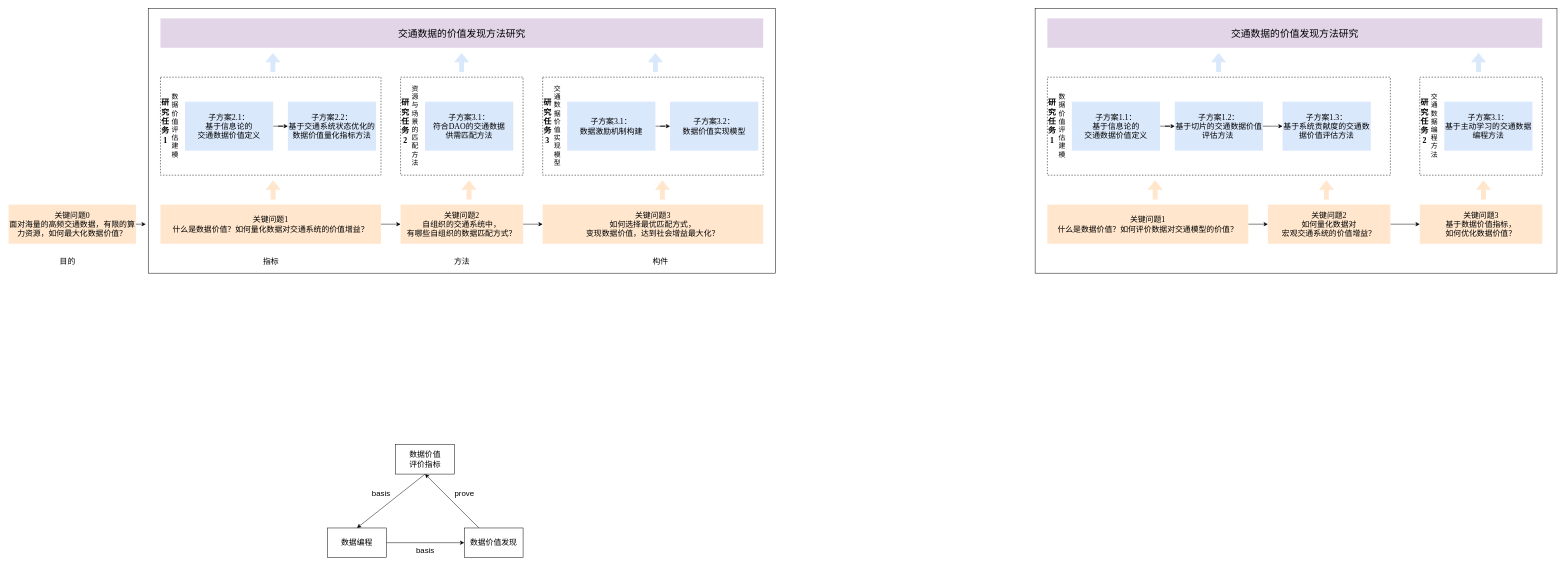
Before: images/青基_研究路线.drawio in eveyuyi/pics_git, a draw.io diagram. Source tidied: cells renumbered, new cells numbered last; positions are measured from the earlier drawing's top-left corner, leaving out a move shared by most shapes. Both pictures are drawn from the tidied source at 49%, with x=0, y=0 at pixel (8, 8).
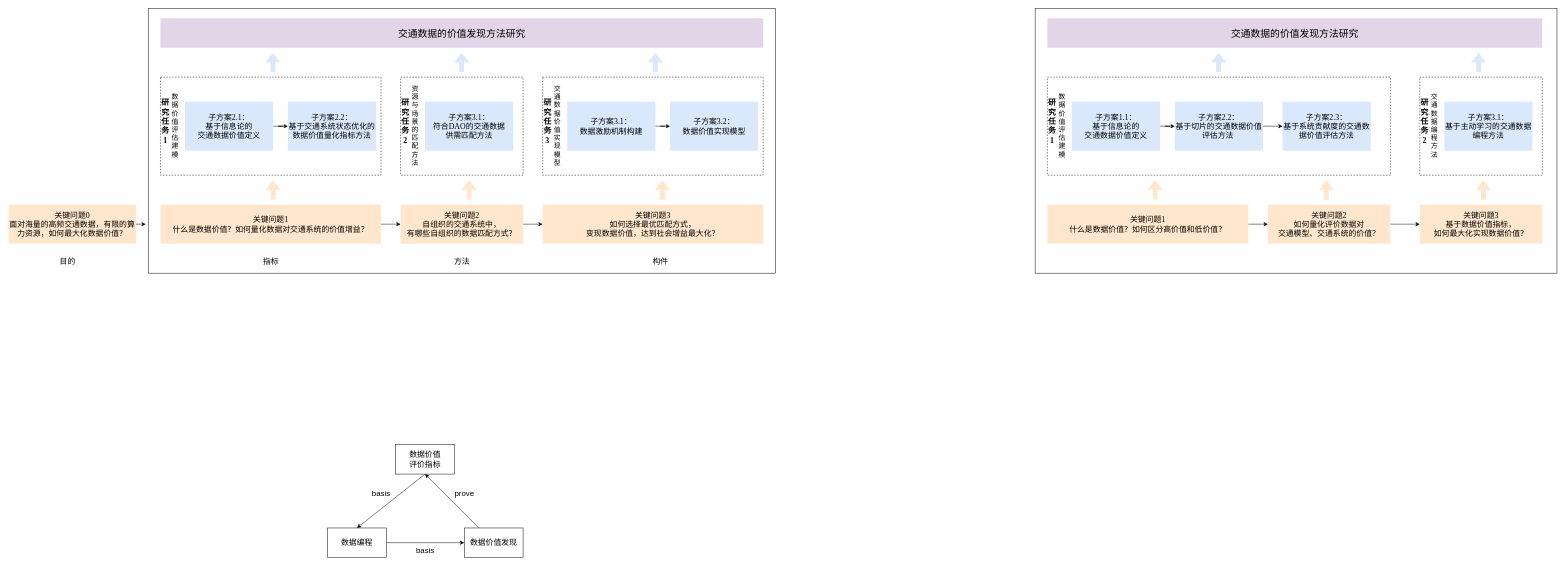
The same page after the edit.

Commit message:
Update 青基_研究路线.drawio

What changed in the source:
```diff
@@
-    <mxCell id="51" value="关键问题1&lt;br&gt;什么是数据价值？如何评价数据对交通模型的价值？" style="rounded=0;whiteSpace=wrap;html=1;fontSize=16;fillColor=#ffe6cc;strokeColor=none;fontFamily=Times New Roman;" parent="1" vertex="1">
+    <mxCell id="51" value="关键问题1&lt;br&gt;什么是数据价值？如何区分高价值和低价值？" style="rounded=0;whiteSpace=wrap;html=1;fontSize=16;fillColor=#ffe6cc;strokeColor=none;fontFamily=Times New Roman;" parent="1" vertex="1">
       <mxGeometry x="2120" y="400" width="410" height="80" as="geometry" />
     </mxCell>
@@
-    <mxCell id="54" value="&lt;span style=&quot;font-weight: normal;&quot;&gt;子方案1.2：&lt;br&gt;基于切片的交通数据价值评估方法&amp;nbsp;&lt;br&gt;&lt;/span&gt;" style="rounded=0;whiteSpace=wrap;html=1;fillColor=#dae8fc;strokeColor=none;fontSize=16;fontStyle=1;flipH=0;flipV=0;fontFamily=Times New Roman;" parent="1" vertex="1">
+    <mxCell id="54" value="&lt;span style=&quot;font-weight: normal;&quot;&gt;子方案2.2：&lt;br&gt;基于切片的交通数据价值评估方法&amp;nbsp;&lt;br&gt;&lt;/span&gt;" style="rounded=0;whiteSpace=wrap;html=1;fillColor=#dae8fc;strokeColor=none;fontSize=16;fontStyle=1;flipH=0;flipV=0;fontFamily=Times New Roman;" parent="1" vertex="1">
       <mxGeometry x="2380" y="190" width="180" height="100" as="geometry" />
     </mxCell>
@@
-    <mxCell id="61" value="&lt;span style=&quot;font-weight: normal;&quot;&gt;子方案1.3：&lt;br&gt;基于系统贡献度的交通数据价值评估方法&lt;br&gt;&lt;/span&gt;" style="rounded=0;whiteSpace=wrap;html=1;fillColor=#dae8fc;strokeColor=none;fontSize=16;fontStyle=1;flipH=0;flipV=0;fontFamily=Times New Roman;" parent="1" vertex="1">
+    <mxCell id="61" value="&lt;span style=&quot;font-weight: normal;&quot;&gt;子方案2.3：&lt;br&gt;基于系统贡献度的交通数据价值评估方法&lt;br&gt;&lt;/span&gt;" style="rounded=0;whiteSpace=wrap;html=1;fillColor=#dae8fc;strokeColor=none;fontSize=16;fontStyle=1;flipH=0;flipV=0;fontFamily=Times New Roman;" parent="1" vertex="1">
       <mxGeometry x="2600" y="190" width="180" height="100" as="geometry" />
     </mxCell>
@@
-    <mxCell id="63" value="关键问题2&lt;br&gt;如何量化数据对&lt;br&gt;宏观交通系统的价值增益？" style="rounded=0;whiteSpace=wrap;html=1;fontSize=16;fillColor=#ffe6cc;strokeColor=none;fontFamily=Times New Roman;" parent="1" vertex="1">
+    <mxCell id="63" value="关键问题2&lt;br&gt;如何量化评价数据对&lt;br&gt;交通模型、交通系统的价值？" style="rounded=0;whiteSpace=wrap;html=1;fontSize=16;fillColor=#ffe6cc;strokeColor=none;fontFamily=Times New Roman;" parent="1" vertex="1">
       <mxGeometry x="2570" y="400" width="250" height="80" as="geometry" />
     </mxCell>
@@
-    <mxCell id="69" value="关键问题3&lt;br&gt;基于数据价值指标，&lt;br&gt;如何优化数据价值？" style="rounded=0;whiteSpace=wrap;html=1;fontSize=16;fillColor=#ffe6cc;strokeColor=none;fontFamily=Times New Roman;" parent="1" vertex="1">
+    <mxCell id="69" value="关键问题3&lt;br&gt;基于数据价值指标，&lt;br&gt;如何最大化实现数据价值？" style="rounded=0;whiteSpace=wrap;html=1;fontSize=16;fillColor=#ffe6cc;strokeColor=none;fontFamily=Times New Roman;" parent="1" vertex="1">
       <mxGeometry x="2880" y="400" width="250" height="80" as="geometry" />
     </mxCell>
```
